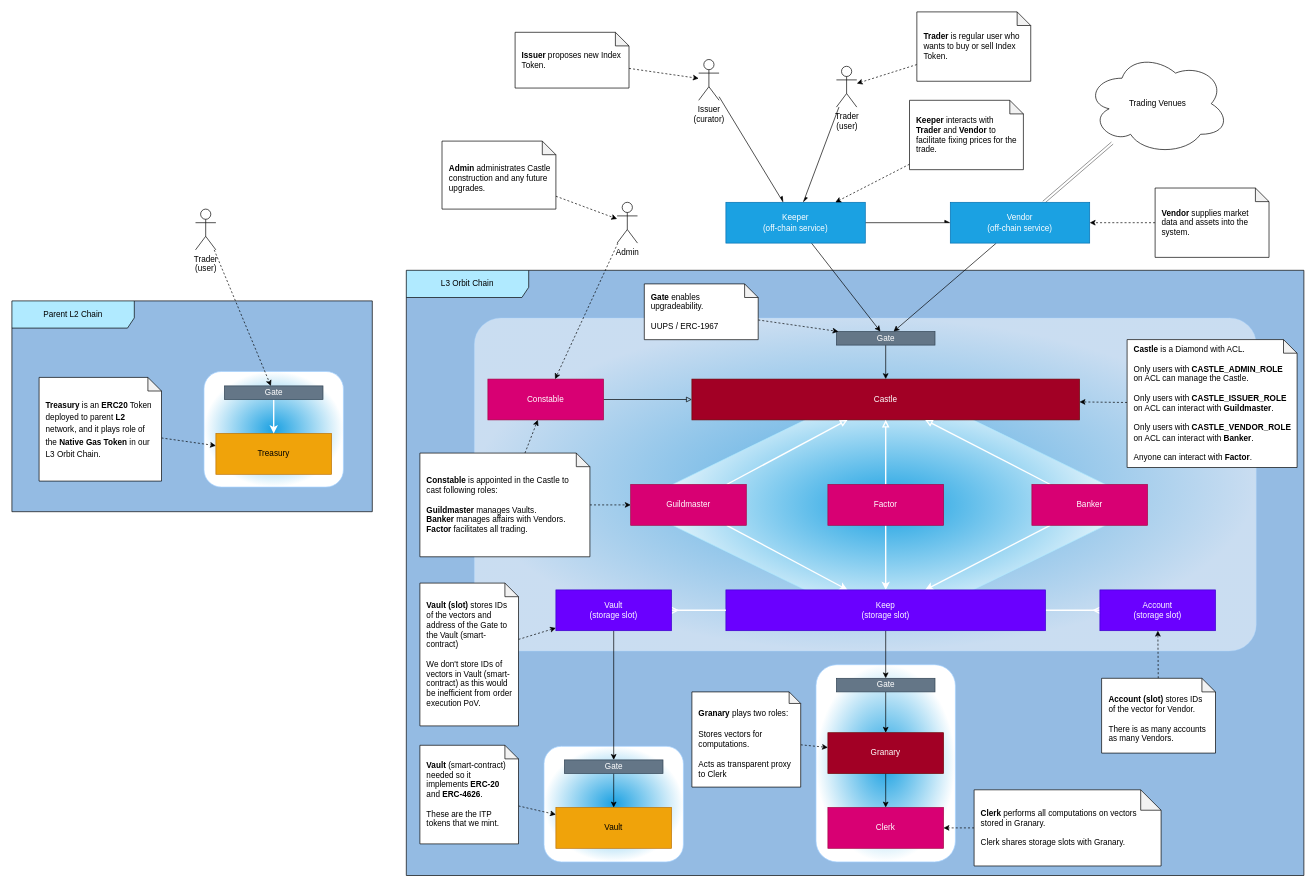
Above: docs/Castle.drawio in IndexMaker/vaultworks (draw.io), before the change. Source tidied: cells renumbered, new cells numbered last; positions are measured from the earlier drawing's top-left corner, leaving out a move shared by most shapes. Both pictures are drawn from the tidied source at 68%, with x=0, y=0 at pixel (12, 12).
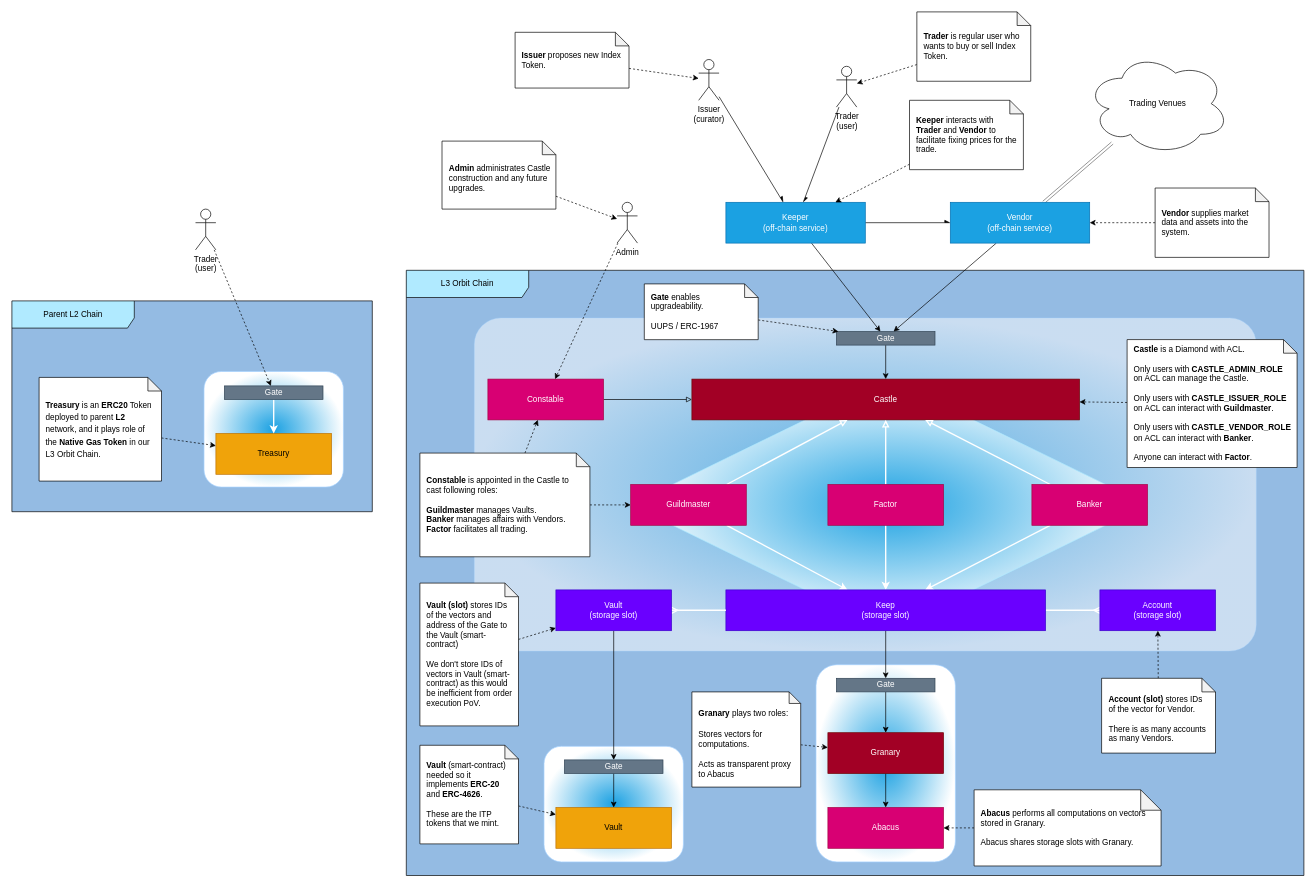
The same page after the edit.

The edit, as a diff of the source:
```diff
@@
-    <mxCell id="28" value="Clerk" style="rounded=0;whiteSpace=wrap;html=1;fillColor=#d80073;fontColor=#ffffff;strokeColor=#A50040;" parent="1" vertex="1">
+    <mxCell id="28" value="Abacus" style="rounded=0;whiteSpace=wrap;html=1;fillColor=#d80073;fontColor=#ffffff;strokeColor=#A50040;" parent="1" vertex="1">
       <mxGeometry x="1200" y="1170" width="170" height="60" as="geometry" />
     </mxCell>
@@
-    <mxCell id="55" value="&lt;b&gt;Clerk&lt;/b&gt; performs all computations on vectors stored in Granary.&lt;div&gt;&lt;br&gt;&lt;/div&gt;&lt;div&gt;Clerk shares storage slots with Granary.&lt;/div&gt;" style="shape=note;whiteSpace=wrap;html=1;backgroundOutline=1;darkOpacity=0.05;align=left;spacing=10;" parent="1" vertex="1">
+    <mxCell id="55" value="&lt;b&gt;Abacus&lt;/b&gt; performs all computations on vectors stored in Granary.&lt;div&gt;&lt;br&gt;&lt;/div&gt;&lt;div&gt;Abacus shares storage slots with Granary.&lt;/div&gt;" style="shape=note;whiteSpace=wrap;html=1;backgroundOutline=1;darkOpacity=0.05;align=left;spacing=10;" parent="1" vertex="1">
       <mxGeometry x="1415" y="1144" width="275" height="112" as="geometry" />
     </mxCell>
@@
-    <mxCell id="72" value="&lt;div style=&quot;line-height: 160%;&quot;&gt;&lt;b&gt;Granary&lt;/b&gt; plays two roles:&lt;/div&gt;&lt;div&gt;&lt;br&gt;&lt;/div&gt;Stores vectors for computations.&lt;div&gt;&lt;span style=&quot;background-color: initial;&quot;&gt;&lt;br&gt;&lt;/span&gt;&lt;/div&gt;&lt;div&gt;&lt;span style=&quot;background-color: initial;&quot;&gt;Acts as transparent proxy to Clerk&lt;/span&gt;&lt;/div&gt;" style="shape=note;whiteSpace=wrap;html=1;backgroundOutline=1;darkOpacity=0.05;align=left;spacing=10;spacingTop=10;size=17;" parent="1" vertex="1">
+    <mxCell id="72" value="&lt;div style=&quot;line-height: 160%;&quot;&gt;&lt;b&gt;Granary&lt;/b&gt; plays two roles:&lt;/div&gt;&lt;div&gt;&lt;br&gt;&lt;/div&gt;Stores vectors for computations.&lt;div&gt;&lt;span style=&quot;background-color: initial;&quot;&gt;&lt;br&gt;&lt;/span&gt;&lt;/div&gt;&lt;div&gt;&lt;span style=&quot;background-color: initial;&quot;&gt;Acts as transparent proxy to Abacus&lt;/span&gt;&lt;/div&gt;" style="shape=note;whiteSpace=wrap;html=1;backgroundOutline=1;darkOpacity=0.05;align=left;spacing=10;spacingTop=10;size=17;" parent="1" vertex="1">
       <mxGeometry x="1000" y="1000" width="160" height="140" as="geometry" />
     </mxCell>
```
